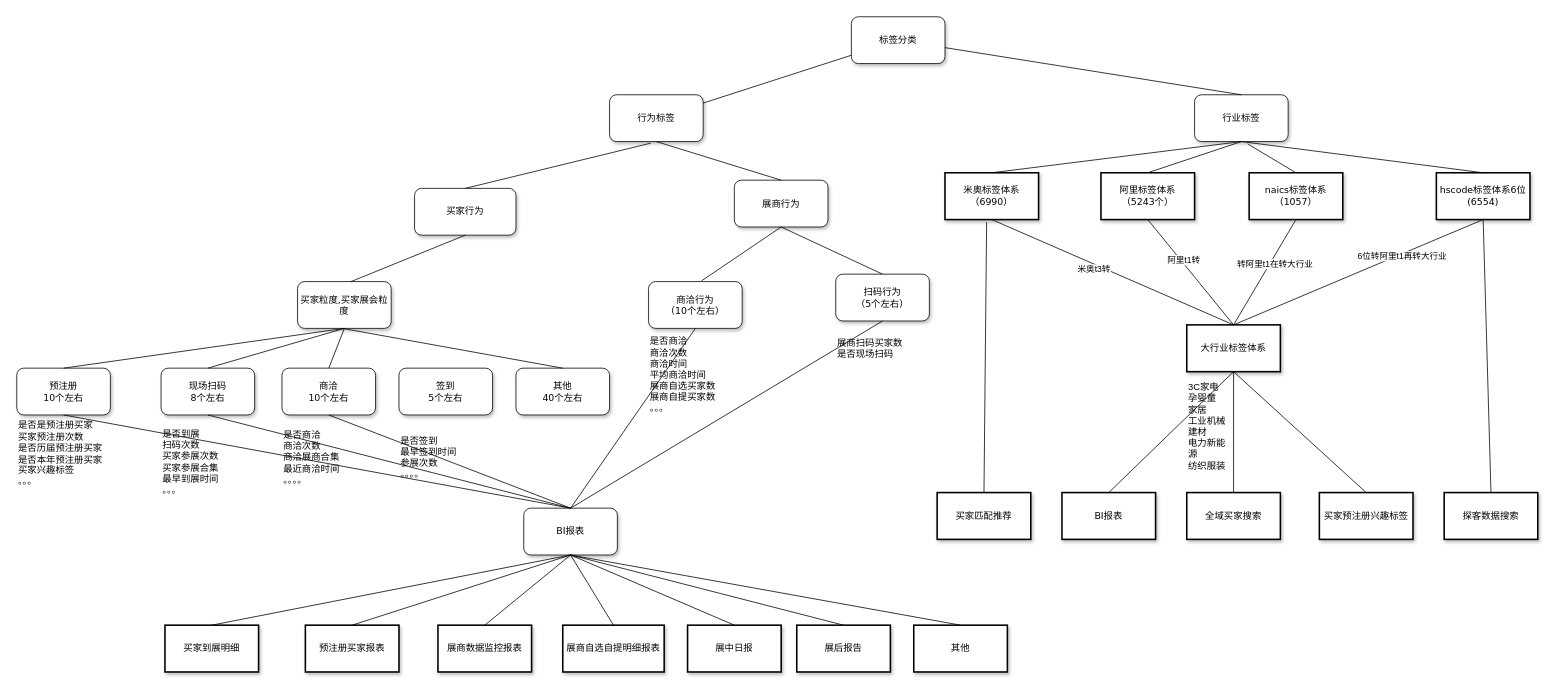
The draw.io diagram 标签划分.drawio in HLSO6/draw, before the edit. Source tidied: cells renumbered, new cells numbered last; positions are measured from the earlier drawing's top-left corner, leaving out a move shared by most shapes. Both pictures are drawn from the tidied source at 78%, with x=0, y=0 at pixel (16, 16).
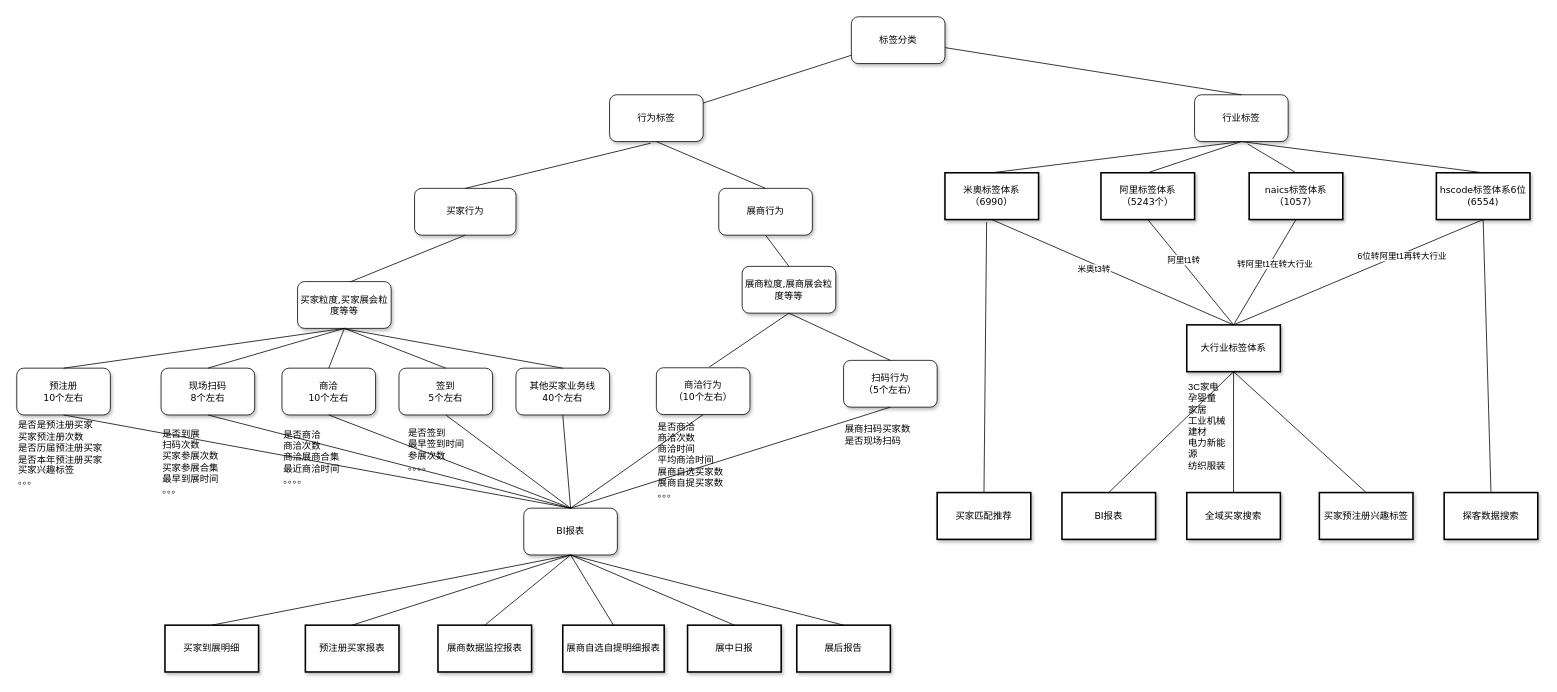
The same page after the edit.

Commit message:
更新标签划分.drawio

Unchanged cells that the change refers to:
```xml
<mxCell id="3" value="&lt;span&gt;行为标签&lt;/span&gt;" style="whiteSpace=wrap;html=1;rounded=1;shadow=1;labelBackgroundColor=none;strokeWidth=1;fontFamily=Verdana;fontSize=12;align=center;" parent="1" vertex="1">
  <mxGeometry x="760" y="100" width="120" height="60" as="geometry" />
</mxCell>
<mxCell id="42" value="&lt;span&gt;BI报表&lt;br&gt;&lt;/span&gt;" style="whiteSpace=wrap;html=1;rounded=1;shadow=1;labelBackgroundColor=none;strokeWidth=1;fontFamily=Verdana;fontSize=12;align=center;" parent="1" vertex="1">
  <mxGeometry x="650" y="630" width="120" height="60" as="geometry" />
</mxCell>
<mxCell id="74" value="签到&lt;br&gt;5个左右" style="whiteSpace=wrap;html=1;rounded=1;shadow=1;labelBackgroundColor=none;strokeWidth=1;fontFamily=Verdana;fontSize=12;align=center;" parent="1" vertex="1">
  <mxGeometry x="490" y="450.5" width="120" height="60" as="geometry" />
</mxCell>
```

Diff of the diagram source:
```diff
@@
-    <mxCell id="6" value="买家粒度,买家展会粒度" style="whiteSpace=wrap;html=1;rounded=1;shadow=1;labelBackgroundColor=none;strokeWidth=1;fontFamily=Verdana;fontSize=12;align=center;" parent="1" vertex="1">
+    <mxCell id="6" value="买家粒度,买家展会粒度等等" style="whiteSpace=wrap;html=1;rounded=1;shadow=1;labelBackgroundColor=none;strokeWidth=1;fontFamily=Verdana;fontSize=12;align=center;" parent="1" vertex="1">
       <mxGeometry x="360" y="339.5" width="120" height="60" as="geometry" />
     </mxCell>
-    <mxCell id="7" value="&lt;span&gt;展商行为&lt;/span&gt;" style="whiteSpace=wrap;html=1;rounded=1;shadow=1;labelBackgroundColor=none;strokeWidth=1;fontFamily=Verdana;fontSize=12;align=center;" parent="1" vertex="1">
-      <mxGeometry x="920" y="209.5" width="120" height="60" as="geometry" />
+    <mxCell id="7" value="展商粒度,展商展会粒度等等" style="whiteSpace=wrap;html=1;rounded=1;shadow=1;labelBackgroundColor=none;strokeWidth=1;fontFamily=Verdana;fontSize=12;align=center;" parent="1" vertex="1">
+      <mxGeometry x="930" y="320" width="120" height="60" as="geometry" />
     </mxCell>
@@
-    <mxCell id="16" style="endArrow=none;html=1;rounded=0;entryX=0.5;entryY=1;entryDx=0;entryDy=0;exitX=0.5;exitY=0;exitDx=0;exitDy=0;" parent="1" edge="1" source="7" target="3">
+    <mxCell id="16" style="endArrow=none;html=1;rounded=0;entryX=0.5;entryY=1;entryDx=0;entryDy=0;exitX=0.5;exitY=0;exitDx=0;exitDy=0;" parent="1" edge="1" source="7" target="83">
       <mxGeometry relative="1" as="geometry" />
     </mxCell>
@@
     <mxCell id="23" value="&lt;span&gt;商洽行为&lt;br&gt;（10个左右）&lt;/span&gt;" style="whiteSpace=wrap;html=1;rounded=1;shadow=1;labelBackgroundColor=none;strokeWidth=1;fontFamily=Verdana;fontSize=12;align=center;" parent="1" vertex="1">
-      <mxGeometry x="810" y="339.5" width="120" height="60" as="geometry" />
+      <mxGeometry x="820" y="450" width="120" height="60" as="geometry" />
     </mxCell>
     <mxCell id="24" value="&lt;span&gt;扫码行为&lt;br&gt;（5个左右）&lt;/span&gt;" style="whiteSpace=wrap;html=1;rounded=1;shadow=1;labelBackgroundColor=none;strokeWidth=1;fontFamily=Verdana;fontSize=12;align=center;" parent="1" vertex="1">
-      <mxGeometry x="1050" y="330" width="120" height="60" as="geometry" />
+      <mxGeometry x="1060" y="440.5" width="120" height="60" as="geometry" />
     </mxCell>
@@
     <mxCell id="29" value="是否签到&lt;br&gt;最早签到时间&lt;br&gt;参展次数&lt;br&gt;。。。。" style="text;html=1;align=left;verticalAlign=middle;strokeColor=none;fillColor=none;" parent="1" vertex="1">
-      <mxGeometry x="490" y="530" width="100" height="70" as="geometry" />
+      <mxGeometry x="500" y="520" width="100" height="70" as="geometry" />
     </mxCell>
     <mxCell id="30" value="是否商洽&lt;br&gt;商洽次数&lt;br&gt;商洽时间&lt;br&gt;平均商洽时间&lt;br&gt;展商自选买家数&lt;br&gt;展商自提买家数&lt;br&gt;。。。" style="text;html=1;strokeColor=none;fillColor=none;align=left;verticalAlign=middle;whiteSpace=wrap;rounded=0;" parent="1" vertex="1">
-      <mxGeometry x="810" y="448.5" width="110" height="20" as="geometry" />
+      <mxGeometry x="820" y="559" width="110" height="20" as="geometry" />
     </mxCell>
     <mxCell id="31" value="展商扫码买家数&lt;br&gt;是否现场扫码&lt;br&gt;" style="text;html=1;strokeColor=none;fillColor=none;align=left;verticalAlign=middle;whiteSpace=wrap;rounded=0;" parent="1" vertex="1">
-      <mxGeometry x="1050" y="409.5" width="90" height="31" as="geometry" />
+      <mxGeometry x="1060" y="520" width="90" height="31" as="geometry" />
     </mxCell>
@@
-    <mxCell id="46" value="其他" style="whiteSpace=wrap;html=1;rounded=0;shadow=1;labelBackgroundColor=none;strokeWidth=2;fontFamily=Verdana;fontSize=12;align=center;" parent="1" vertex="1">
-      <mxGeometry x="1150" y="780" width="120" height="60" as="geometry" />
-    </mxCell>
@@
-    <mxCell id="54" style="endArrow=none;html=1;rounded=0;exitX=0.5;exitY=0;exitDx=0;exitDy=0;entryX=0.5;entryY=1;entryDx=0;entryDy=0;" parent="1" edge="1" source="46" target="42">
-      <mxGeometry relative="1" as="geometry" />
-    </mxCell>
@@
-    <mxCell id="71" value="其他&lt;br&gt;40个左右" style="whiteSpace=wrap;html=1;rounded=1;shadow=1;labelBackgroundColor=none;strokeWidth=1;fontFamily=Verdana;fontSize=12;align=center;" parent="1" vertex="1">
+    <mxCell id="71" value="其他买家业务线&lt;br&gt;40个左右" style="whiteSpace=wrap;html=1;rounded=1;shadow=1;labelBackgroundColor=none;strokeWidth=1;fontFamily=Verdana;fontSize=12;align=center;" parent="1" vertex="1">
       <mxGeometry x="640" y="450.5" width="120" height="60" as="geometry" />
     </mxCell>
@@
+    <mxCell id="80" style="endArrow=none;html=1;rounded=0;exitX=0.5;exitY=0;exitDx=0;exitDy=0;entryX=0.5;entryY=1;entryDx=0;entryDy=0;" parent="1" edge="1" source="74" target="6">
+      <mxGeometry relative="1" as="geometry" />
+    </mxCell>
+    <mxCell id="81" style="endArrow=none;html=1;rounded=0;exitX=0.5;exitY=1;exitDx=0;exitDy=0;" parent="1" edge="1" source="74">
+      <mxGeometry relative="1" as="geometry">
+        <mxPoint x="710" y="630" as="targetPoint" />
+      </mxGeometry>
+    </mxCell>
+    <mxCell id="82" style="endArrow=none;html=1;rounded=0;exitX=0.5;exitY=1;exitDx=0;exitDy=0;" parent="1" edge="1" source="71">
+      <mxGeometry relative="1" as="geometry">
+        <mxPoint x="710" y="630" as="targetPoint" />
+      </mxGeometry>
+    </mxCell>
+    <mxCell id="83" value="展商行为" style="whiteSpace=wrap;html=1;rounded=1;shadow=1;labelBackgroundColor=none;strokeWidth=1;fontFamily=Verdana;fontSize=12;align=center;" parent="1" vertex="1">
+      <mxGeometry x="900" y="220" width="120" height="60" as="geometry" />
+    </mxCell>
+    <mxCell id="84" style="endArrow=none;html=1;rounded=0;entryX=0.5;entryY=0;entryDx=0;entryDy=0;exitX=0.5;exitY=1;exitDx=0;exitDy=0;" parent="1" edge="1" source="3" target="83">
+      <mxGeometry relative="1" as="geometry" />
+    </mxCell>
```
